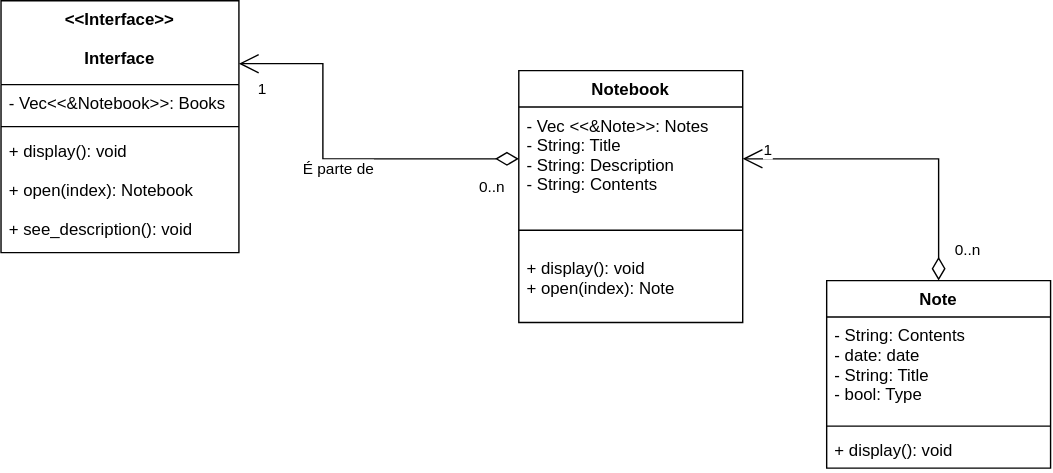
Above: proj_prat/design/proj_prat-UML.drawio.svg in Emanuel600/PRG22107 (draw.io), before the change. Source tidied: cells renumbered, new cells last; positions are measured from the earlier drawing's top-left corner, leaving out a move shared by most shapes. The source it was exported from:
```xml
<mxGraphModel>
  <root>
    <mxCell id="0" />
    <mxCell id="1" parent="0" />
    <mxCell id="2" value="Notebook" style="swimlane;fontStyle=1;align=center;verticalAlign=top;horizontal=1;startSize=26;" parent="1" vertex="1">
      <mxGeometry x="370" y="50" width="160" height="180" as="geometry" />
    </mxCell>
    <mxCell id="3" value="- Vec &lt;&lt;&amp;Note&gt;&gt;: Notes&#10;- String: Title&#10;- String: Description&#10;- String: Contents&#10;" style="text;strokeColor=none;fillColor=none;align=left;verticalAlign=top;spacingLeft=4;spacingRight=4;overflow=hidden;points=[[0,0.5],[1,0.5]];portConstraint=eastwest;" parent="2" vertex="1">
      <mxGeometry y="26" width="160" height="74" as="geometry" />
    </mxCell>
    <mxCell id="4" style="line;strokeWidth=1;fillColor=none;align=left;verticalAlign=middle;spacingTop=-1;spacingLeft=3;spacingRight=3;labelPosition=right;strokeColor=inherit;" parent="2" vertex="1">
      <mxGeometry y="100" width="160" height="28" as="geometry" />
    </mxCell>
    <mxCell id="5" value="+ display(): void&#10;+ open(index): Note&#10;" style="text;strokeColor=none;fillColor=none;align=left;verticalAlign=top;spacingLeft=4;spacingRight=4;overflow=hidden;" parent="2" vertex="1">
      <mxGeometry y="128" width="160" height="52" as="geometry" />
    </mxCell>
    <mxCell id="6" value="0..n" style="endArrow=open;html=1;endSize=12;startArrow=diamondThin;startSize=14;startFill=0;edgeStyle=orthogonalEdgeStyle;align=left;verticalAlign=bottom;rounded=0;exitX=0.5;exitY=0;exitDx=0;exitDy=0;entryX=1;entryY=0.5;entryDx=0;entryDy=0;" parent="1" edge="1" source="8" target="3">
      <mxGeometry x="-0.88" y="-10" relative="1" as="geometry" />
    </mxCell>
    <mxCell id="7" value="1" style="edgeLabel;html=1;align=center;verticalAlign=middle;" parent="6" vertex="1">
      <mxGeometry x="0.85" y="-7" relative="1" as="geometry" />
    </mxCell>
    <mxCell id="8" value="Note" style="swimlane;fontStyle=1;align=center;verticalAlign=top;horizontal=1;startSize=26;" parent="1" vertex="1">
      <mxGeometry x="590" y="200" width="160" height="134" as="geometry" />
    </mxCell>
    <mxCell id="9" value="- String: Contents&#10;- date: date&#10;- String: Title&#10;- bool: Type&#10;" style="text;strokeColor=none;fillColor=none;align=left;verticalAlign=top;spacingLeft=4;spacingRight=4;overflow=hidden;" parent="8" vertex="1">
      <mxGeometry y="26" width="160" height="74" as="geometry" />
    </mxCell>
    <mxCell id="10" style="line;strokeWidth=1;fillColor=none;align=left;verticalAlign=middle;spacingTop=-1;spacingLeft=3;spacingRight=3;labelPosition=right;strokeColor=inherit;" parent="8" vertex="1">
      <mxGeometry y="100" width="160" height="8" as="geometry" />
    </mxCell>
    <mxCell id="11" value="+ display(): void" style="text;strokeColor=none;fillColor=none;align=left;verticalAlign=top;spacingLeft=4;spacingRight=4;overflow=hidden;" parent="8" vertex="1">
      <mxGeometry y="108" width="160" height="26" as="geometry" />
    </mxCell>
    <mxCell id="12" value="&lt;&lt;Interface&gt;&gt;&#10;&#10;Interface&#10;" style="swimlane;fontStyle=1;align=center;verticalAlign=top;horizontal=1;startSize=60;" parent="1" vertex="1">
      <mxGeometry width="170" height="180" as="geometry" />
    </mxCell>
    <mxCell id="13" value="- Vec&lt;&lt;&amp;Notebook&gt;&gt;: Books" style="text;strokeColor=none;fillColor=none;align=left;verticalAlign=top;spacingLeft=4;spacingRight=4;overflow=hidden;" parent="12" vertex="1">
      <mxGeometry y="60" width="170" height="26" as="geometry" />
    </mxCell>
    <mxCell id="14" style="line;strokeWidth=1;fillColor=none;align=left;verticalAlign=middle;spacingTop=-1;spacingLeft=3;spacingRight=3;labelPosition=right;strokeColor=inherit;" parent="12" vertex="1">
      <mxGeometry y="86" width="170" height="8" as="geometry" />
    </mxCell>
    <mxCell id="15" value="+ display(): void&#10;&#10;+ open(index): Notebook&#10;&#10;+ see_description(): void&#10;" style="text;strokeColor=none;fillColor=none;align=left;verticalAlign=top;spacingLeft=4;spacingRight=4;overflow=hidden;" parent="12" vertex="1">
      <mxGeometry y="94" width="170" height="86" as="geometry" />
    </mxCell>
    <mxCell id="16" value="É parte de" style="endArrow=open;html=1;endSize=12;startArrow=diamondThin;startSize=14;startFill=0;edgeStyle=orthogonalEdgeStyle;rounded=0;entryX=1;entryY=0.25;entryDx=0;entryDy=0;exitX=0;exitY=0.5;exitDx=0;exitDy=0;" parent="1" edge="1" source="3" target="12">
      <mxGeometry x="-0.04" y="7" relative="1" as="geometry">
        <Array as="points">
          <mxPoint x="230" y="113" />
          <mxPoint x="230" y="45" />
        </Array>
      </mxGeometry>
    </mxCell>
    <mxCell id="17" value="0..n" style="edgeLabel;html=1;align=left;verticalAlign=top;" parent="16" vertex="1">
      <mxGeometry x="-1" relative="1" as="geometry">
        <mxPoint x="-30" y="7" as="offset" />
      </mxGeometry>
    </mxCell>
    <mxCell id="18" value="1" style="edgeLabel;html=1;align=right;verticalAlign=top;" parent="16" vertex="1">
      <mxGeometry x="1" relative="1" as="geometry">
        <mxPoint x="20" y="5" as="offset" />
      </mxGeometry>
    </mxCell>
  </root>
</mxGraphModel>
```
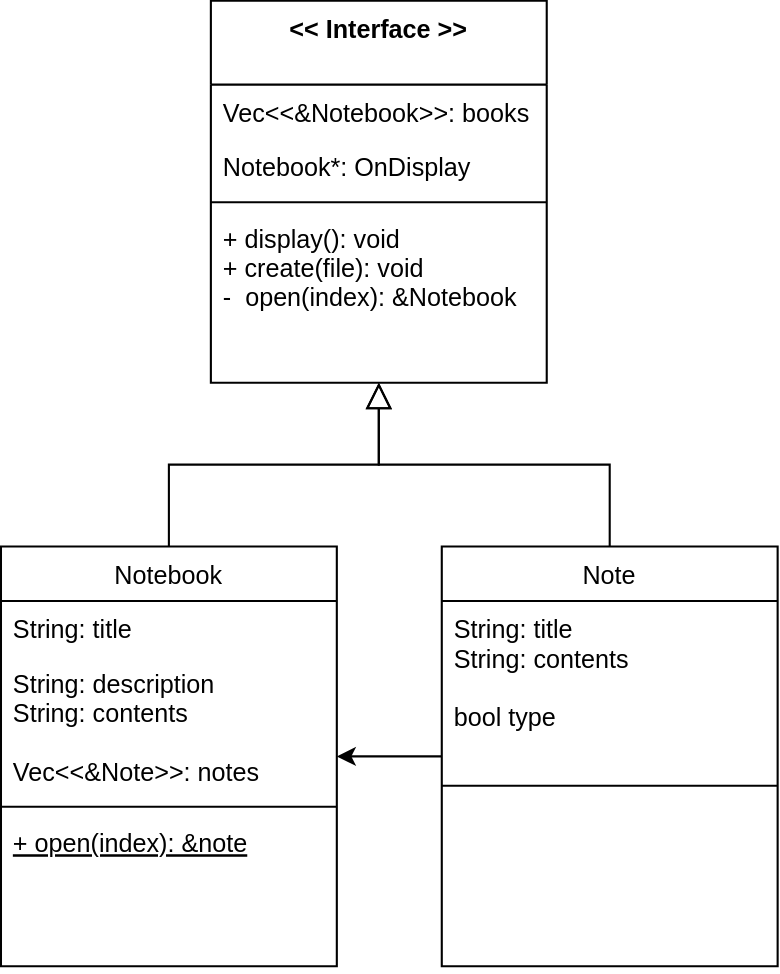
Later version of the same file.

What changed in the source:
```diff
@@ -1,66 +1,54 @@
 <mxGraphModel>
   <root>
-    <mxCell id="0" />
-    <mxCell id="1" parent="0" />
+    <mxCell id="19" />
+    <mxCell id="20" parent="19" />
+    <mxCell id="21" value="&lt;&lt; Interface &gt;&gt;" style="swimlane;fontStyle=1;align=center;verticalAlign=top;horizontal=1;startSize=40;rounded=0;shadow=0;strokeWidth=1;" parent="20" vertex="1">
+      <mxGeometry x="279" y="35" width="160" height="182" as="geometry" />
+    </mxCell>
+    <mxCell id="22" value="Vec&lt;&lt;&amp;Notebook&gt;&gt;: books" style="text;align=left;verticalAlign=top;spacingLeft=4;spacingRight=4;overflow=hidden;" parent="21" vertex="1">
+      <mxGeometry y="40" width="160" height="26" as="geometry" />
+    </mxCell>
+    <mxCell id="23" value="Notebook*: OnDisplay" style="text;align=left;verticalAlign=top;spacingLeft=4;spacingRight=4;overflow=hidden;rounded=0;shadow=0;html=0;" parent="21" vertex="1">
+      <mxGeometry y="66" width="160" height="26" as="geometry" />
+    </mxCell>
+    <mxCell id="24" style="line;html=1;strokeWidth=1;align=left;verticalAlign=middle;spacingTop=-1;spacingLeft=3;spacingRight=3;labelPosition=right;" parent="21" vertex="1">
+      <mxGeometry y="92" width="160" height="8" as="geometry" />
+    </mxCell>
+    <mxCell id="25" value="+ display(): void&#10;+ create(file): void&#10;-  open(index): &amp;Notebook&#10;" style="text;align=left;verticalAlign=top;spacingLeft=4;spacingRight=4;overflow=hidden;" parent="21" vertex="1">
+      <mxGeometry y="100" width="160" height="80" as="geometry" />
+    </mxCell>
-    <mxCell id="2" value="Notebook" style="swimlane;fontStyle=1;align=center;verticalAlign=top;horizontal=1;startSize=26;" parent="1" vertex="1">
-      <mxGeometry x="370" y="50" width="160" height="180" as="geometry" />
+    <mxCell id="2" value="Notebook" style="swimlane;fontStyle=0;align=center;verticalAlign=top;horizontal=1;startSize=26;rounded=0;shadow=0;strokeWidth=1;" parent="20" vertex="1">
+      <mxGeometry x="179" y="295" width="160" height="200" as="geometry" />
     </mxCell>
-    <mxCell id="3" value="- Vec &lt;&lt;&amp;Note&gt;&gt;: Notes&#10;- String: Title&#10;- String: Description&#10;- String: Contents&#10;" style="text;strokeColor=none;fillColor=none;align=left;verticalAlign=top;spacingLeft=4;spacingRight=4;overflow=hidden;points=[[0,0.5],[1,0.5]];portConstraint=eastwest;" parent="2" vertex="1">
-      <mxGeometry y="26" width="160" height="74" as="geometry" />
-    </mxCell>
-    <mxCell id="4" style="line;strokeWidth=1;fillColor=none;align=left;verticalAlign=middle;spacingTop=-1;spacingLeft=3;spacingRight=3;labelPosition=right;strokeColor=inherit;" parent="2" vertex="1">
-      <mxGeometry y="100" width="160" height="28" as="geometry" />
-    </mxCell>
-    <mxCell id="5" value="+ display(): void&#10;+ open(index): Note&#10;" style="text;strokeColor=none;fillColor=none;align=left;verticalAlign=top;spacingLeft=4;spacingRight=4;overflow=hidden;" parent="2" vertex="1">
-      <mxGeometry y="128" width="160" height="52" as="geometry" />
-    </mxCell>
-    <mxCell id="6" value="0..n" style="endArrow=open;html=1;endSize=12;startArrow=diamondThin;startSize=14;startFill=0;edgeStyle=orthogonalEdgeStyle;align=left;verticalAlign=bottom;rounded=0;exitX=0.5;exitY=0;exitDx=0;exitDy=0;entryX=1;entryY=0.5;entryDx=0;entryDy=0;" parent="1" edge="1" source="8" target="3">
-      <mxGeometry x="-0.88" y="-10" relative="1" as="geometry" />
-    </mxCell>
-    <mxCell id="7" value="1" style="edgeLabel;html=1;align=center;verticalAlign=middle;" parent="6" vertex="1">
-      <mxGeometry x="0.85" y="-7" relative="1" as="geometry" />
-    </mxCell>
+    <mxCell id="26" value="String: title" style="text;align=left;verticalAlign=top;spacingLeft=4;spacingRight=4;overflow=hidden;" parent="2" vertex="1">
+      <mxGeometry y="26" width="160" height="26" as="geometry" />
+    </mxCell>
+    <mxCell id="27" value="String: description&#10;String: contents&#10;&#10;Vec&lt;&lt;&amp;Note&gt;&gt;: notes" style="text;align=left;verticalAlign=top;spacingLeft=4;spacingRight=4;overflow=hidden;rounded=0;shadow=0;html=0;" parent="2" vertex="1">
+      <mxGeometry y="52" width="160" height="68" as="geometry" />
+    </mxCell>
+    <mxCell id="28" style="line;html=1;strokeWidth=1;align=left;verticalAlign=middle;spacingTop=-1;spacingLeft=3;spacingRight=3;labelPosition=right;" parent="2" vertex="1">
+      <mxGeometry y="120" width="160" height="8" as="geometry" />
+    </mxCell>
+    <mxCell id="29" value="+ open(index): &amp;note&#10;" style="text;align=left;verticalAlign=top;spacingLeft=4;spacingRight=4;overflow=hidden;fontStyle=4;" parent="2" vertex="1">
+      <mxGeometry y="128" width="160" height="72" as="geometry" />
+    </mxCell>
+    <mxCell id="30" style="endArrow=block;endSize=10;endFill=0;shadow=0;strokeWidth=1;rounded=0;edgeStyle=elbowEdgeStyle;elbow=vertical;" parent="20" edge="1" source="2" target="21">
+      <mxGeometry relative="1" as="geometry" />
+    </mxCell>
+    <mxCell id="31" style="edgeStyle=orthogonalEdgeStyle;rounded=0;jettySize=auto;html=1;" parent="20" edge="1" source="8" target="2">
+      <mxGeometry relative="1" as="geometry" />
+    </mxCell>
-    <mxCell id="8" value="Note" style="swimlane;fontStyle=1;align=center;verticalAlign=top;horizontal=1;startSize=26;" parent="1" vertex="1">
-      <mxGeometry x="590" y="200" width="160" height="134" as="geometry" />
+    <mxCell id="8" value="Note" style="swimlane;fontStyle=0;align=center;verticalAlign=top;horizontal=1;startSize=26;rounded=0;shadow=0;strokeWidth=1;" parent="20" vertex="1">
+      <mxGeometry x="389" y="295" width="160" height="200" as="geometry" />
     </mxCell>
-    <mxCell id="9" value="- String: Contents&#10;- date: date&#10;- String: Title&#10;- bool: Type&#10;" style="text;strokeColor=none;fillColor=none;align=left;verticalAlign=top;spacingLeft=4;spacingRight=4;overflow=hidden;" parent="8" vertex="1">
-      <mxGeometry y="26" width="160" height="74" as="geometry" />
-    </mxCell>
-    <mxCell id="10" style="line;strokeWidth=1;fillColor=none;align=left;verticalAlign=middle;spacingTop=-1;spacingLeft=3;spacingRight=3;labelPosition=right;strokeColor=inherit;" parent="8" vertex="1">
-      <mxGeometry y="100" width="160" height="8" as="geometry" />
-    </mxCell>
-    <mxCell id="11" value="+ display(): void" style="text;strokeColor=none;fillColor=none;align=left;verticalAlign=top;spacingLeft=4;spacingRight=4;overflow=hidden;" parent="8" vertex="1">
-      <mxGeometry y="108" width="160" height="26" as="geometry" />
-    </mxCell>
-    <mxCell id="12" value="&lt;&lt;Interface&gt;&gt;&#10;&#10;Interface&#10;" style="swimlane;fontStyle=1;align=center;verticalAlign=top;horizontal=1;startSize=60;" parent="1" vertex="1">
-      <mxGeometry width="170" height="180" as="geometry" />
-    </mxCell>
-    <mxCell id="13" value="- Vec&lt;&lt;&amp;Notebook&gt;&gt;: Books" style="text;strokeColor=none;fillColor=none;align=left;verticalAlign=top;spacingLeft=4;spacingRight=4;overflow=hidden;" parent="12" vertex="1">
-      <mxGeometry y="60" width="170" height="26" as="geometry" />
-    </mxCell>
-    <mxCell id="14" style="line;strokeWidth=1;fillColor=none;align=left;verticalAlign=middle;spacingTop=-1;spacingLeft=3;spacingRight=3;labelPosition=right;strokeColor=inherit;" parent="12" vertex="1">
-      <mxGeometry y="86" width="170" height="8" as="geometry" />
-    </mxCell>
-    <mxCell id="15" value="+ display(): void&#10;&#10;+ open(index): Notebook&#10;&#10;+ see_description(): void&#10;" style="text;strokeColor=none;fillColor=none;align=left;verticalAlign=top;spacingLeft=4;spacingRight=4;overflow=hidden;" parent="12" vertex="1">
-      <mxGeometry y="94" width="170" height="86" as="geometry" />
-    </mxCell>
-    <mxCell id="16" value="É parte de" style="endArrow=open;html=1;endSize=12;startArrow=diamondThin;startSize=14;startFill=0;edgeStyle=orthogonalEdgeStyle;rounded=0;entryX=1;entryY=0.25;entryDx=0;entryDy=0;exitX=0;exitY=0.5;exitDx=0;exitDy=0;" parent="1" edge="1" source="3" target="12">
-      <mxGeometry x="-0.04" y="7" relative="1" as="geometry">
-        <Array as="points">
-          <mxPoint x="230" y="113" />
-          <mxPoint x="230" y="45" />
-        </Array>
-      </mxGeometry>
-    </mxCell>
-    <mxCell id="17" value="0..n" style="edgeLabel;html=1;align=left;verticalAlign=top;" parent="16" vertex="1">
-      <mxGeometry x="-1" relative="1" as="geometry">
-        <mxPoint x="-30" y="7" as="offset" />
-      </mxGeometry>
-    </mxCell>
-    <mxCell id="18" value="1" style="edgeLabel;html=1;align=right;verticalAlign=top;" parent="16" vertex="1">
-      <mxGeometry x="1" relative="1" as="geometry">
-        <mxPoint x="20" y="5" as="offset" />
-      </mxGeometry>
-    </mxCell>
+    <mxCell id="32" value="String: title&#10;String: contents&#10;&#10;bool type" style="text;align=left;verticalAlign=top;spacingLeft=4;spacingRight=4;overflow=hidden;" parent="8" vertex="1">
+      <mxGeometry y="26" width="160" height="84" as="geometry" />
+    </mxCell>
+    <mxCell id="33" style="line;html=1;strokeWidth=1;align=left;verticalAlign=middle;spacingTop=-1;spacingLeft=3;spacingRight=3;labelPosition=right;" parent="8" vertex="1">
+      <mxGeometry y="110" width="160" height="8" as="geometry" />
+    </mxCell>
+    <mxCell id="34" style="endArrow=block;endSize=10;endFill=0;shadow=0;strokeWidth=1;rounded=0;edgeStyle=elbowEdgeStyle;elbow=vertical;" parent="20" edge="1" source="8" target="21">
+      <mxGeometry relative="1" as="geometry" />
+    </mxCell>
   </root>
 </mxGraphModel>
```
